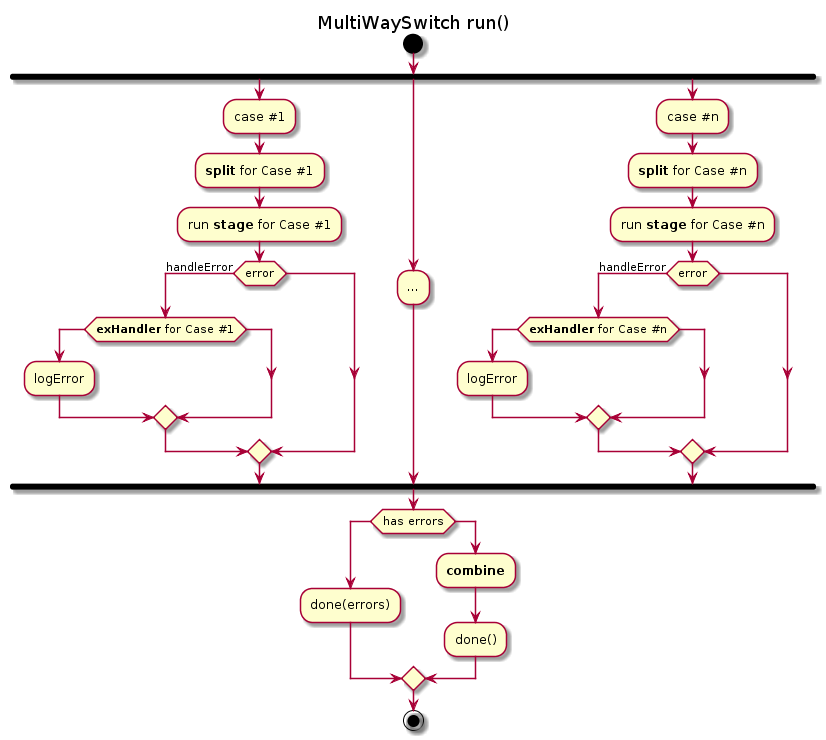
Above: pics/stages/MultiWaySwitch/run_activity.png in vedmalex/pipeline.js (PlantUML), before the change.
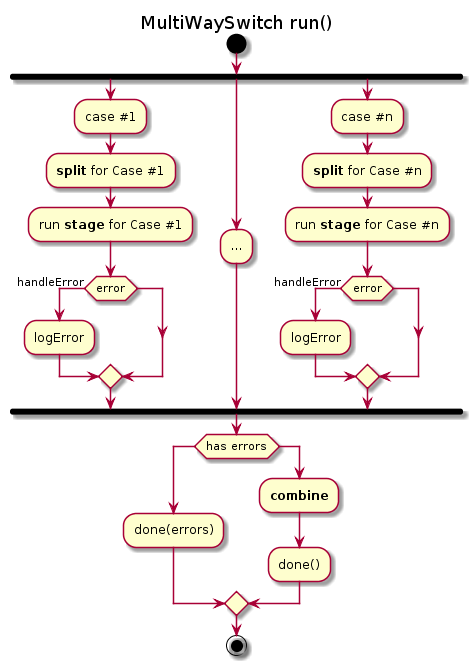
After the commit.

What changed in the source:
```diff
@@ -9,9 +9,7 @@
     :**split** for Case #1;
     :run **stage** for Case #1;
     if(error) then (handleError)
-        if(**exHandler** for Case #1)
         :logError;
-        endif
     endif
 fork again
     :...;
@@ -20,9 +18,7 @@
     :**split** for Case #n;
     :run **stage** for Case #n;
     if(error) then (handleError)
-        if(**exHandler** for Case #n)
         :logError;
-        endif
     endif
 end fork
 
```
